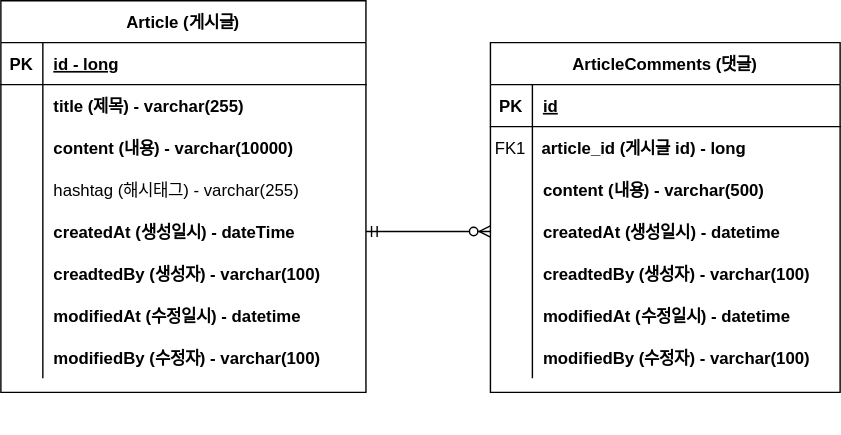
The draw.io diagram document/project-board-erd.svg in waonderboy/project-board-spring, before a commit. Source tidied: cells renumbered, new cells last; positions are measured from the earlier drawing's top-left corner, leaving out a move shared by most shapes.
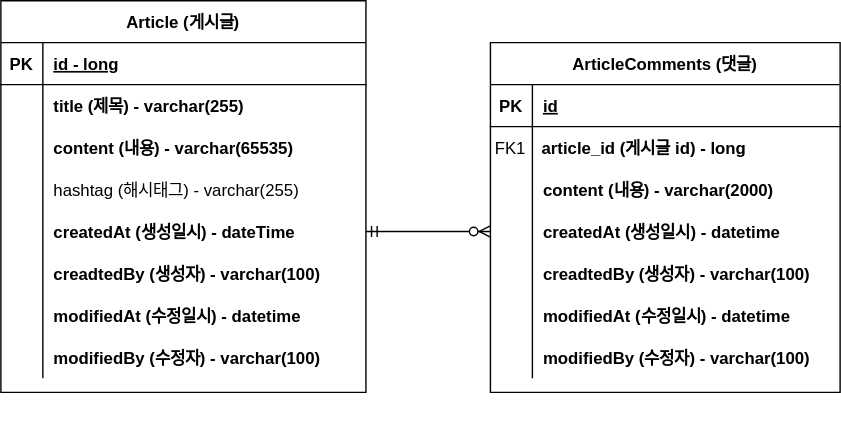
Above is the later version.

Commit message:
Revert "#10 - ERD 업데이트: content 사이즈 변경"

This reverts commit bebadd5b17810bd2e8003c78777b25f8b70467dd.

The edit, as a diff of the source:
```diff
@@ -29,7 +29,7 @@
     <mxCell id="10" style="shape=partialRectangle;overflow=hidden;fillColor=none;top=0;left=0;bottom=0;right=0;" parent="9" vertex="1">
       <mxGeometry width="30" height="30" as="geometry" />
     </mxCell>
-    <mxCell id="11" value="content (내용) - varchar(10000)" style="shape=partialRectangle;overflow=hidden;fillColor=none;top=0;left=0;bottom=0;right=0;align=left;spacingLeft=6;fontStyle=1;" parent="9" vertex="1">
+    <mxCell id="11" value="content (내용) - varchar(65535)" style="shape=partialRectangle;overflow=hidden;fillColor=none;top=0;left=0;bottom=0;right=0;align=left;spacingLeft=6;fontStyle=1;" parent="9" vertex="1">
       <mxGeometry x="30" width="231" height="30" as="geometry" />
     </mxCell>
     <mxCell id="12" style="shape=partialRectangle;fillColor=none;top=0;left=0;right=0;bottom=0;" parent="2" vertex="1">
@@ -107,7 +107,7 @@
     <mxCell id="36" style="shape=partialRectangle;overflow=hidden;fillColor=none;top=0;left=0;bottom=0;right=0;" parent="35" vertex="1">
       <mxGeometry width="30" height="30" as="geometry" />
     </mxCell>
-    <mxCell id="37" value="content (내용) - varchar(500)" style="shape=partialRectangle;overflow=hidden;fillColor=none;top=0;left=0;bottom=0;right=0;align=left;spacingLeft=6;fontStyle=1;" parent="35" vertex="1">
+    <mxCell id="37" value="content (내용) - varchar(2000)" style="shape=partialRectangle;overflow=hidden;fillColor=none;top=0;left=0;bottom=0;right=0;align=left;spacingLeft=6;fontStyle=1;" parent="35" vertex="1">
       <mxGeometry x="30" width="220" height="30" as="geometry" />
     </mxCell>
     <mxCell id="38" style="shape=partialRectangle;fillColor=none;points=[[0,0.5],[1,0.5]];portConstraint=eastwest;top=0;left=0;right=0;bottom=0;" parent="28" vertex="1">
```
